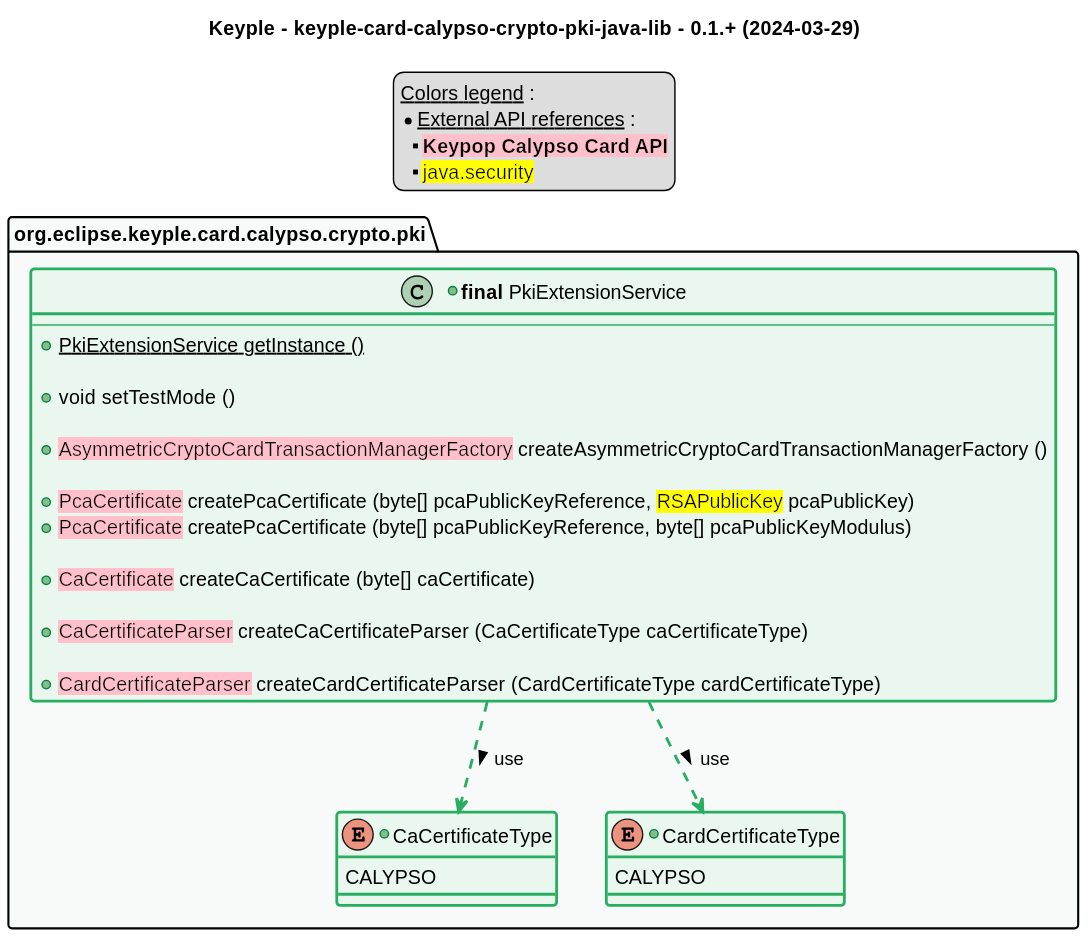
eclipse-keyple/keyple-card-calypso-crypto-pki-java-lib keeps this PlantUML diagram as src/main/uml/api_class_diagram.svg. Above is the earlier version.
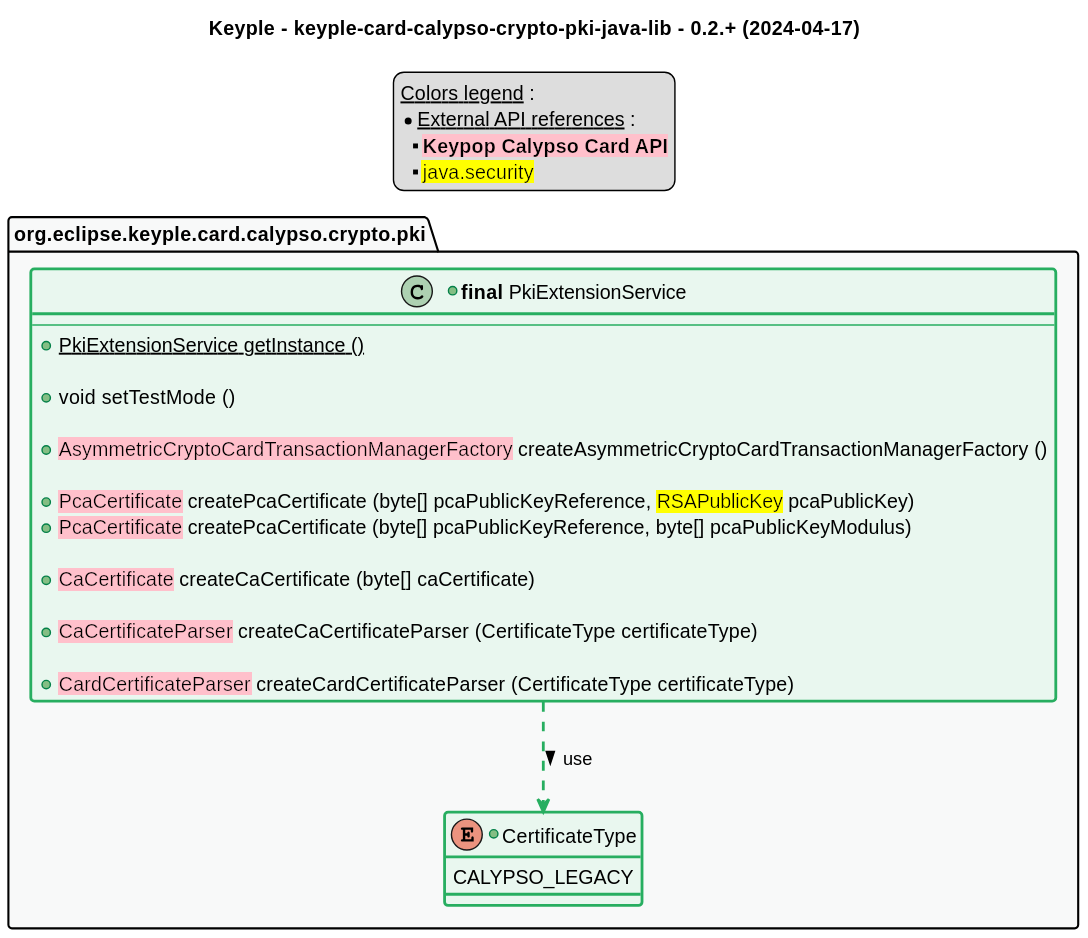
Above is the later version.

Commit message:
feat: merge `CaCertificateType` and `CardCertificateType` to `CertificateType` (#2)

The edit, as a diff of the source:
```diff
@@ -1,6 +1,6 @@
 @startuml
 title
-    Keyple - keyple-card-calypso-crypto-pki-java-lib - 0.1.+ (2024-03-29)
+    Keyple - keyple-card-calypso-crypto-pki-java-lib - 0.2.+ (2024-04-17)
 end title
 
 
@@ -61,21 +61,17 @@
 
         +<back:pink>CaCertificate</back> createCaCertificate (byte[] caCertificate)
 
-        +<back:pink>CaCertificateParser</back> createCaCertificateParser (CaCertificateType caCertificateType)
+        +<back:pink>CaCertificateParser</back> createCaCertificateParser (CertificateType certificateType)
 
-        +<back:pink>CardCertificateParser</back> createCardCertificateParser (CardCertificateType cardCertificateType)
+        +<back:pink>CardCertificateParser</back> createCardCertificateParser (CertificateType certificateType)
     }
-    +enum CaCertificateType <<green>> {
-        CALYPSO
-    }
-    +enum CardCertificateType <<green>> {
-        CALYPSO
+    +enum CertificateType <<green>> {
+        CALYPSO_LEGACY
     }
 }
 
 
-PkiExtensionService ..> CaCertificateType #C_USE : use >
-PkiExtensionService ..> CardCertificateType #C_USE : use >
+PkiExtensionService ..> CertificateType #C_USE : use >
 
 
 
```
